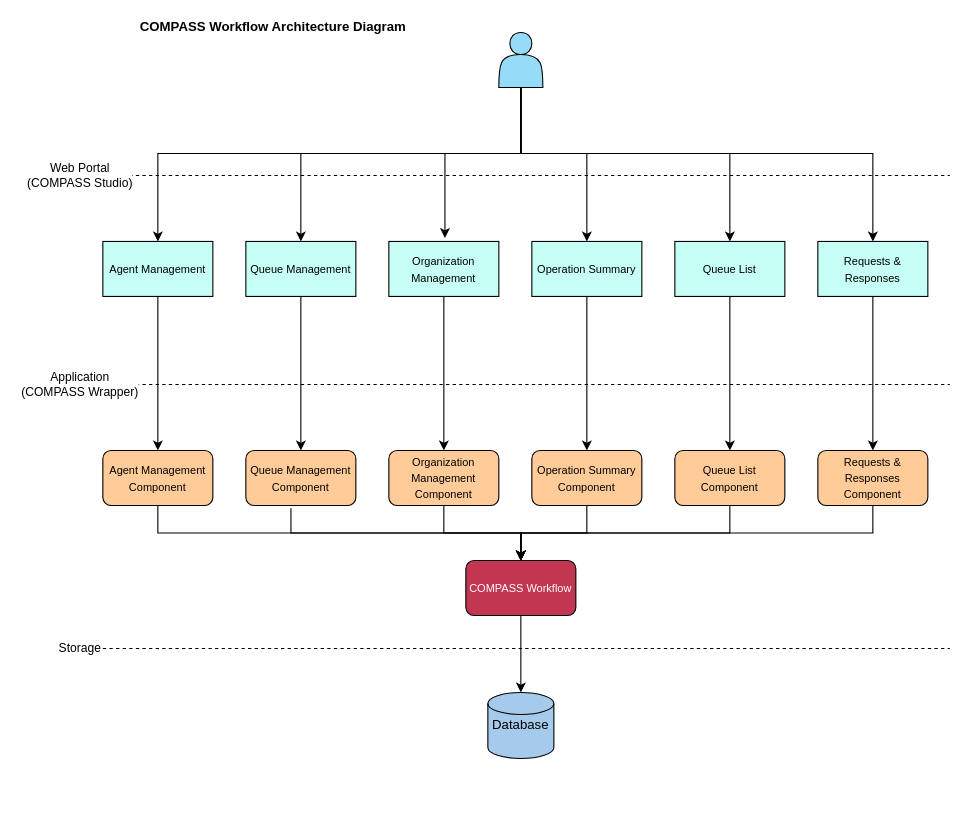
This is Untitled Diagram.drawio from Linsexit/Inter_te-Lin, a draw.io file, before an edit. Source tidied: cells renumbered, new cells numbered last; positions are measured from the earlier drawing's top-left corner, leaving out a move shared by most shapes. Both pictures are drawn from the tidied source at 110%, with x=0, y=0 at pixel (69, 21).
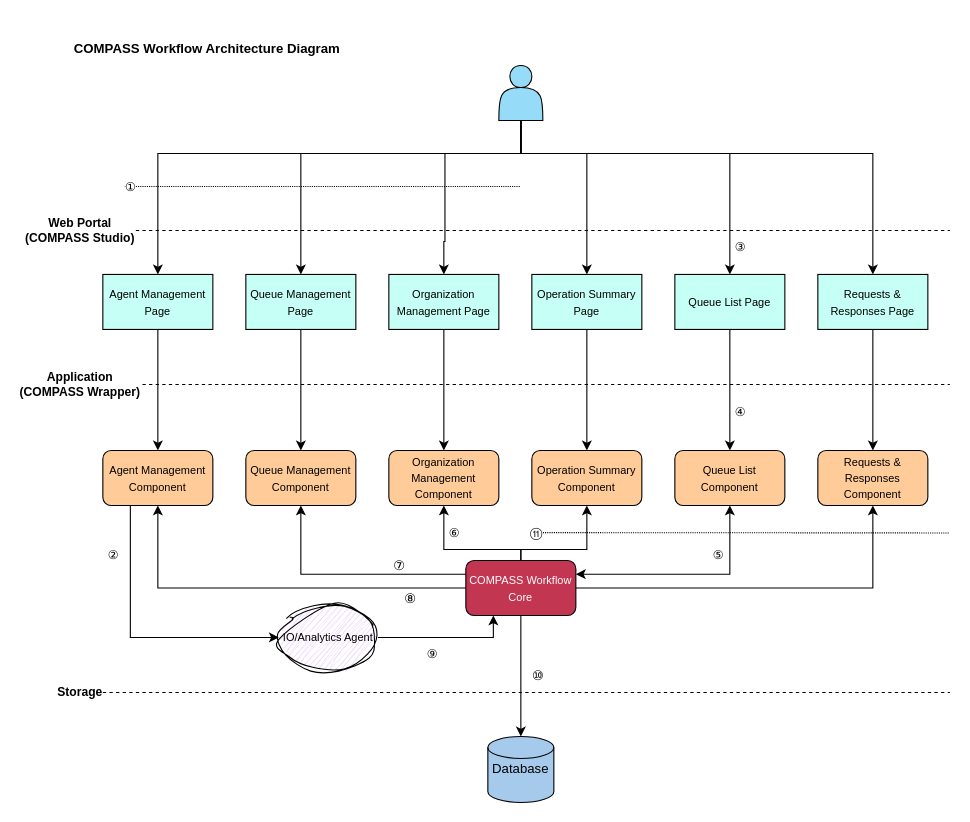
Above is the later version.

Commit message (it also covers changes not shown here):
COMPASS Workflow

Unchanged cells that the change refers to:
```xml
<mxCell id="10" style="endArrow=none;dashed=1;html=1;rounded=0;" parent="1" edge="1">
  <mxGeometry relative="1" as="geometry">
    <mxPoint y="330" as="sourcePoint" />
    <mxPoint x="800" y="330" as="targetPoint" />
  </mxGeometry>
</mxCell>
<mxCell id="25" value="&lt;font style=&quot;font-size: 10px;&quot;&gt;Agent Management Component&lt;/font&gt;" style="rounded=1;whiteSpace=wrap;html=1;fillColor=#FFCC99;" parent="1" vertex="1">
  <mxGeometry x="30" y="390" width="100" height="50" as="geometry" />
</mxCell>
<mxCell id="26" value="&lt;font style=&quot;font-size: 10px;&quot;&gt;Queue Management&lt;br&gt;Component&lt;/font&gt;" style="rounded=1;whiteSpace=wrap;html=1;fillColor=#FFCC99;" parent="1" vertex="1">
  <mxGeometry x="160" y="390" width="100" height="50" as="geometry" />
</mxCell>
<mxCell id="28" value="&lt;font style=&quot;font-size: 10px;&quot;&gt;Organization Management&lt;br&gt;Component&lt;/font&gt;" style="rounded=1;whiteSpace=wrap;html=1;fillColor=#FFCC99;" parent="1" vertex="1">
  <mxGeometry x="290" y="390" width="100" height="50" as="geometry" />
</mxCell>
<mxCell id="30" value="&lt;span style=&quot;font-size: 10px;&quot;&gt;Operation Summary&lt;br&gt;&lt;/span&gt;&lt;span style=&quot;font-size: 10px;&quot;&gt;Component&lt;/span&gt;&lt;span style=&quot;font-size: 10px;&quot;&gt;&lt;/span&gt;" style="rounded=1;whiteSpace=wrap;html=1;fillColor=#FFCC99;" parent="1" vertex="1">
  <mxGeometry x="420" y="390" width="100" height="50" as="geometry" />
</mxCell>
<mxCell id="31" value="&lt;span style=&quot;font-size: 10px;&quot;&gt;Queue List&lt;br&gt;&lt;/span&gt;&lt;span style=&quot;font-size: 10px;&quot;&gt;Component&lt;/span&gt;&lt;span style=&quot;font-size: 10px;&quot;&gt;&lt;/span&gt;" style="rounded=1;whiteSpace=wrap;html=1;fillColor=#FFCC99;" parent="1" vertex="1">
  <mxGeometry x="550" y="390" width="100" height="50" as="geometry" />
</mxCell>
<mxCell id="32" value="&lt;span style=&quot;font-size: 10px;&quot;&gt;Requests &amp;amp; Responses&lt;br&gt;&lt;/span&gt;&lt;span style=&quot;font-size: 10px;&quot;&gt;Component&lt;/span&gt;&lt;span style=&quot;font-size: 10px;&quot;&gt;&lt;/span&gt;" style="rounded=1;whiteSpace=wrap;html=1;fillColor=#FFCC99;" parent="1" vertex="1">
  <mxGeometry x="680" y="390" width="100" height="50" as="geometry" />
</mxCell>
```

Diff of the diagram source:
```diff
@@
     <mxCell id="7" style="shape=actor;whiteSpace=wrap;html=1;fillColor=#96DCF8;" parent="1" vertex="1">
-      <mxGeometry x="390" y="10" width="40" height="50" as="geometry" />
+      <mxGeometry x="390" y="40" width="40" height="50" as="geometry" />
     </mxCell>
     <mxCell id="8" style="endArrow=none;dashed=1;html=1;rounded=0;" parent="1" edge="1">
       <mxGeometry relative="1" as="geometry">
-        <mxPoint y="140" as="sourcePoint" />
-        <mxPoint x="800" y="140" as="targetPoint" />
+        <mxPoint y="190" as="sourcePoint" />
+        <mxPoint x="800" y="190" as="targetPoint" />
       </mxGeometry>
     </mxCell>
-    <mxCell id="9" value="Web Portal&lt;br&gt;(COMPASS Studio)" style="edgeLabel;html=1;align=center;verticalAlign=middle;" parent="8" vertex="1">
+    <mxCell id="9" value="&lt;b&gt;Web Portal&lt;br&gt;(COMPASS Studio)&lt;/b&gt;" style="edgeLabel;html=1;align=center;verticalAlign=middle;" parent="8" vertex="1">
       <mxGeometry x="-0.98" y="1" relative="1" as="geometry" />
     </mxCell>
@@
-    <mxCell id="11" value="Application&lt;br&gt;(COMPASS Wrapper)" style="edgeLabel;html=1;align=center;verticalAlign=middle;" parent="10" vertex="1">
+    <mxCell id="11" value="&lt;b&gt;Application&lt;br&gt;(COMPASS Wrapper)&lt;/b&gt;" style="edgeLabel;html=1;align=center;verticalAlign=middle;" parent="10" vertex="1">
       <mxGeometry x="-0.98" y="1" relative="1" as="geometry" />
     </mxCell>
     <mxCell id="12" style="endArrow=none;dashed=1;html=1;rounded=0;" parent="1" edge="1">
       <mxGeometry relative="1" as="geometry">
-        <mxPoint y="570" as="sourcePoint" />
-        <mxPoint x="800" y="570" as="targetPoint" />
+        <mxPoint y="610" as="sourcePoint" />
+        <mxPoint x="800" y="610" as="targetPoint" />
       </mxGeometry>
     </mxCell>
-    <mxCell id="13" value="Storage" style="edgeLabel;html=1;align=center;verticalAlign=middle;" parent="12" vertex="1">
+    <mxCell id="13" value="&lt;b&gt;Storage&lt;/b&gt;" style="edgeLabel;html=1;align=center;verticalAlign=middle;" parent="12" vertex="1">
       <mxGeometry x="-0.98" y="1" relative="1" as="geometry" />
     </mxCell>
@@
-    <mxCell id="16" value="&lt;font style=&quot;font-size: 10px;&quot;&gt;Queue Management&lt;/font&gt;" style="rounded=0;whiteSpace=wrap;html=1;fillColor=#C5FFF5;" parent="1" vertex="1">
-      <mxGeometry x="160" y="200" width="100" height="50" as="geometry" />
+    <mxCell id="16" value="&lt;font style=&quot;font-size: 10px;&quot;&gt;Queue Management Page&lt;/font&gt;" style="rounded=0;whiteSpace=wrap;html=1;fillColor=#C5FFF5;" parent="1" vertex="1">
+      <mxGeometry x="160" y="230" width="100" height="50" as="geometry" />
     </mxCell>
@@
-    <mxCell id="18" value="&lt;font style=&quot;font-size: 10px;&quot;&gt;Organization Management&lt;/font&gt;" style="rounded=0;whiteSpace=wrap;html=1;fillColor=#C5FFF5;" parent="1" vertex="1">
-      <mxGeometry x="290" y="200" width="100" height="50" as="geometry" />
+    <mxCell id="18" value="&lt;font style=&quot;font-size: 10px;&quot;&gt;Organization Management Page&lt;/font&gt;" style="rounded=0;whiteSpace=wrap;html=1;fillColor=#C5FFF5;" parent="1" vertex="1">
+      <mxGeometry x="290" y="230" width="100" height="50" as="geometry" />
     </mxCell>
@@
-    <mxCell id="20" value="&lt;span style=&quot;font-size: 10px;&quot;&gt;Operation Summary&lt;/span&gt;" style="rounded=0;whiteSpace=wrap;html=1;fillColor=#C5FFF5;" parent="1" vertex="1">
-      <mxGeometry x="420" y="200" width="100" height="50" as="geometry" />
+    <mxCell id="20" value="&lt;span style=&quot;font-size: 10px;&quot;&gt;Operation Summary Page&lt;/span&gt;" style="rounded=0;whiteSpace=wrap;html=1;fillColor=#C5FFF5;" parent="1" vertex="1">
+      <mxGeometry x="420" y="230" width="100" height="50" as="geometry" />
     </mxCell>
@@
-    <mxCell id="22" value="&lt;span style=&quot;font-size: 10px;&quot;&gt;Queue List&lt;/span&gt;" style="rounded=0;whiteSpace=wrap;html=1;fillColor=#C5FFF5;" parent="1" vertex="1">
-      <mxGeometry x="550" y="200" width="100" height="50" as="geometry" />
+    <mxCell id="22" value="&lt;span style=&quot;font-size: 10px;&quot;&gt;Queue List Page&lt;/span&gt;" style="rounded=0;whiteSpace=wrap;html=1;fillColor=#C5FFF5;" parent="1" vertex="1">
+      <mxGeometry x="550" y="230" width="100" height="50" as="geometry" />
     </mxCell>
@@
-    <mxCell id="24" value="&lt;span style=&quot;font-size: 10px;&quot;&gt;Requests &amp;amp; Responses&lt;/span&gt;" style="rounded=0;whiteSpace=wrap;html=1;fillColor=#C5FFF5;" parent="1" vertex="1">
-      <mxGeometry x="680" y="200" width="100" height="50" as="geometry" />
+    <mxCell id="24" value="&lt;span style=&quot;font-size: 10px;&quot;&gt;Requests &amp;amp; Responses Page&lt;/span&gt;" style="rounded=0;whiteSpace=wrap;html=1;fillColor=#C5FFF5;" parent="1" vertex="1">
+      <mxGeometry x="680" y="230" width="100" height="50" as="geometry" />
     </mxCell>
+    <mxCell id="43" style="edgeStyle=orthogonalEdgeStyle;rounded=0;jettySize=auto;html=1;exitX=0.25;exitY=1;exitDx=0;exitDy=0;entryX=0;entryY=0.5;entryDx=0;entryDy=0;" parent="1" edge="1" source="25" target="48">
+      <mxGeometry relative="1" as="geometry" />
+    </mxCell>
@@
-    <mxCell id="27" style="edgeStyle=orthogonalEdgeStyle;rounded=0;jettySize=auto;html=1;startArrow=none;startFill=0;endArrow=classic;endFill=1;" parent="1" edge="1" source="28" target="38">
-      <mxGeometry relative="1" as="geometry" />
-    </mxCell>
@@
-    <mxCell id="29" style="edgeStyle=orthogonalEdgeStyle;rounded=0;jettySize=auto;html=1;endArrow=classic;endFill=1;startArrow=none;startFill=0;" parent="1" edge="1" source="30" target="38">
-      <mxGeometry relative="1" as="geometry" />
-    </mxCell>
@@
+    <mxCell id="44" style="edgeStyle=orthogonalEdgeStyle;rounded=0;jettySize=auto;html=1;exitX=0.5;exitY=1;exitDx=0;exitDy=0;entryX=1;entryY=0.25;entryDx=0;entryDy=0;startArrow=classic;startFill=1;" parent="1" edge="1" source="31" target="38">
+      <mxGeometry relative="1" as="geometry" />
+    </mxCell>
@@
     <mxCell id="33" value="Database" style="strokeWidth=1;html=1;shape=mxgraph.flowchart.database;whiteSpace=wrap;fillColor=#A6CAEC;" parent="1" vertex="1">
-      <mxGeometry x="380" y="610" width="60" height="60" as="geometry" />
+      <mxGeometry x="380" y="650" width="60" height="60" as="geometry" />
     </mxCell>
@@
-    <mxCell id="35" style="edgeStyle=orthogonalEdgeStyle;rounded=0;jettySize=auto;html=1;exitX=0.5;exitY=0;exitDx=0;exitDy=0;entryX=0.5;entryY=1;entryDx=0;entryDy=0;endArrow=none;endFill=0;startArrow=classic;startFill=1;" parent="1" edge="1" source="38" target="31">
-      <mxGeometry relative="1" as="geometry" />
-    </mxCell>
+    <mxCell id="45" style="edgeStyle=orthogonalEdgeStyle;rounded=0;jettySize=auto;html=1;exitX=0.5;exitY=0;exitDx=0;exitDy=0;entryX=0.5;entryY=1;entryDx=0;entryDy=0;" parent="1" edge="1" source="38" target="30">
+      <mxGeometry relative="1" as="geometry">
+        <Array as="points">
+          <mxPoint x="410" y="480" />
+          <mxPoint x="470" y="480" />
+        </Array>
+      </mxGeometry>
+    </mxCell>
+    <mxCell id="46" style="edgeStyle=orthogonalEdgeStyle;rounded=0;jettySize=auto;html=1;exitX=0.5;exitY=0;exitDx=0;exitDy=0;entryX=0.5;entryY=1;entryDx=0;entryDy=0;" parent="1" edge="1" source="38" target="28">
+      <mxGeometry relative="1" as="geometry">
+        <Array as="points">
+          <mxPoint x="410" y="480" />
+          <mxPoint x="340" y="480" />
+        </Array>
+      </mxGeometry>
+    </mxCell>
+    <mxCell id="39" style="edgeStyle=orthogonalEdgeStyle;rounded=0;jettySize=auto;html=1;exitX=0;exitY=0.25;exitDx=0;exitDy=0;entryX=0.5;entryY=1;entryDx=0;entryDy=0;" parent="1" edge="1" source="38" target="26">
+      <mxGeometry relative="1" as="geometry" />
+    </mxCell>
+    <mxCell id="37" style="edgeStyle=orthogonalEdgeStyle;rounded=0;jettySize=auto;html=1;exitX=0;exitY=0.5;exitDx=0;exitDy=0;entryX=0.5;entryY=1;entryDx=0;entryDy=0;" parent="1" edge="1" source="38" target="25">
+      <mxGeometry relative="1" as="geometry" />
+    </mxCell>
-    <mxCell id="36" style="edgeStyle=orthogonalEdgeStyle;rounded=0;jettySize=auto;html=1;entryX=0.5;entryY=1;entryDx=0;entryDy=0;exitX=0.5;exitY=0;exitDx=0;exitDy=0;startArrow=classic;startFill=1;endArrow=none;endFill=0;" parent="1" edge="1" source="38" target="32">
+    <mxCell id="36" style="edgeStyle=orthogonalEdgeStyle;rounded=0;jettySize=auto;html=1;exitX=1;exitY=0.5;exitDx=0;exitDy=0;entryX=0.5;entryY=1;entryDx=0;entryDy=0;" parent="1" edge="1" source="38" target="32">
       <mxGeometry relative="1" as="geometry" />
     </mxCell>
-    <mxCell id="37" style="edgeStyle=orthogonalEdgeStyle;rounded=0;jettySize=auto;html=1;entryX=0.5;entryY=1;entryDx=0;entryDy=0;exitX=0.5;exitY=0;exitDx=0;exitDy=0;startArrow=classic;startFill=1;endArrow=none;endFill=0;" parent="1" edge="1" source="38" target="25">
-      <mxGeometry relative="1" as="geometry" />
-    </mxCell>
-    <mxCell id="38" value="&lt;span style=&quot;font-size: 10px;&quot;&gt;COMPASS Workflow&lt;/span&gt;" style="rounded=1;whiteSpace=wrap;html=1;fillColor=#C33651;fontColor=#FFFFFF;" parent="1" vertex="1">
+    <mxCell id="38" value="&lt;span style=&quot;font-size: 10px;&quot;&gt;COMPASS Workflow Core&lt;/span&gt;" style="rounded=1;whiteSpace=wrap;html=1;fillColor=#C33651;fontColor=#FFFFFF;" parent="1" vertex="1">
       <mxGeometry x="360" y="490" width="100" height="50" as="geometry" />
     </mxCell>
-    <mxCell id="39" style="edgeStyle=orthogonalEdgeStyle;rounded=0;jettySize=auto;html=1;exitX=0.5;exitY=0;exitDx=0;exitDy=0;entryX=0.41;entryY=1.051;entryDx=0;entryDy=0;entryPerimeter=0;startArrow=classic;startFill=1;endArrow=none;endFill=0;" parent="1" edge="1" source="38" target="26">
-      <mxGeometry relative="1" as="geometry" />
-    </mxCell>
-    <mxCell id="40" style="edgeStyle=orthogonalEdgeStyle;rounded=0;jettySize=auto;html=1;exitX=0.5;exitY=1;exitDx=0;exitDy=0;entryX=0.51;entryY=-0.063;entryDx=0;entryDy=0;entryPerimeter=0;" parent="1" edge="1" source="7" target="18">
+    <mxCell id="40" style="edgeStyle=orthogonalEdgeStyle;rounded=0;jettySize=auto;html=1;exitX=0.5;exitY=1;exitDx=0;exitDy=0;entryX=0.5;entryY=0;entryDx=0;entryDy=0;" parent="1" edge="1" source="7" target="18">
       <mxGeometry relative="1" as="geometry">
         <Array as="points">
           <mxPoint x="410" y="120" />
           <mxPoint x="341" y="120" />
+          <mxPoint x="341" y="200" />
         </Array>
       </mxGeometry>
     </mxCell>
-    <mxCell id="41" value="&lt;font style=&quot;font-size: 10px;&quot;&gt;Agent Management&lt;/font&gt;" style="rounded=0;whiteSpace=wrap;html=1;fillColor=#C5FFF5;" parent="1" vertex="1">
-      <mxGeometry x="30" y="200" width="100" height="50" as="geometry" />
+    <mxCell id="41" value="&lt;font style=&quot;font-size: 10px;&quot;&gt;Agent Management Page&lt;/font&gt;" style="rounded=0;whiteSpace=wrap;html=1;fillColor=#C5FFF5;" parent="1" vertex="1">
+      <mxGeometry x="30" y="230" width="100" height="50" as="geometry" />
     </mxCell>
     <mxCell id="42" value="&lt;b&gt;COMPASS Workflow Architecture Diagram&lt;/b&gt;" style="text;html=1;whiteSpace=wrap;strokeColor=none;fillColor=none;align=center;verticalAlign=middle;rounded=0;" parent="1" vertex="1">
-      <mxGeometry x="50" width="270" height="10" as="geometry" />
+      <mxGeometry x="-10" y="20" width="270" height="10" as="geometry" />
     </mxCell>
+    <mxCell id="47" style="edgeStyle=orthogonalEdgeStyle;rounded=0;jettySize=auto;html=1;exitX=1;exitY=0.5;exitDx=0;exitDy=0;entryX=0.25;entryY=1;entryDx=0;entryDy=0;" parent="1" edge="1" source="48" target="38">
+      <mxGeometry relative="1" as="geometry" />
+    </mxCell>
+    <mxCell id="48" value="&lt;span style=&quot;font-size: 10px;&quot;&gt;IO/Analytics Agent&lt;/span&gt;" style="ellipse;whiteSpace=wrap;html=1;sketch=1;curveFitting=1;jiggle=2;fillColor=#E5CCFF;" parent="1" vertex="1">
+      <mxGeometry x="190" y="530" width="90" height="60" as="geometry" />
+    </mxCell>
+    <mxCell id="49" style="endArrow=none;dashed=1;html=1;rounded=0;dashPattern=1 1;" parent="1" edge="1">
+      <mxGeometry relative="1" as="geometry">
+        <mxPoint x="50" y="150" as="sourcePoint" />
+        <mxPoint x="410" y="150" as="targetPoint" />
+      </mxGeometry>
+    </mxCell>
+    <mxCell id="50" value="&lt;font style=&quot;font-size: 11px;&quot;&gt;①&lt;/font&gt;" style="edgeLabel;html=1;align=center;verticalAlign=middle;" parent="49" vertex="1">
+      <mxGeometry x="-0.98" relative="1" as="geometry" />
+    </mxCell>
+    <mxCell id="51" value="&lt;font style=&quot;font-size: 11px;&quot;&gt;②&lt;/font&gt;" style="text;html=1;whiteSpace=wrap;strokeColor=none;fillColor=none;align=center;verticalAlign=middle;rounded=0;" parent="1" vertex="1">
+      <mxGeometry x="10" y="470" width="60" height="30" as="geometry" />
+    </mxCell>
+    <mxCell id="52" value="&lt;font style=&quot;font-size: 11px;&quot;&gt;③&lt;/font&gt;" style="text;html=1;whiteSpace=wrap;strokeColor=none;fillColor=none;align=center;verticalAlign=middle;rounded=0;" parent="1" vertex="1">
+      <mxGeometry x="580" y="190" width="60" height="30" as="geometry" />
+    </mxCell>
+    <mxCell id="53" value="&lt;font style=&quot;font-size: 11px;&quot;&gt;④&lt;/font&gt;" style="text;html=1;whiteSpace=wrap;strokeColor=none;fillColor=none;align=center;verticalAlign=middle;rounded=0;" parent="1" vertex="1">
+      <mxGeometry x="580" y="340" width="60" height="30" as="geometry" />
+    </mxCell>
+    <mxCell id="54" value="&lt;font style=&quot;font-size: 11px;&quot;&gt;⑤&lt;/font&gt;" style="text;html=1;whiteSpace=wrap;strokeColor=none;fillColor=none;align=center;verticalAlign=middle;rounded=0;" parent="1" vertex="1">
+      <mxGeometry x="560" y="470" width="60" height="30" as="geometry" />
+    </mxCell>
+    <mxCell id="55" value="&lt;span style=&quot;font-size: 11px;&quot;&gt;⑨&lt;/span&gt;" style="text;html=1;whiteSpace=wrap;strokeColor=none;fillColor=none;align=center;verticalAlign=middle;rounded=0;" parent="1" vertex="1">
+      <mxGeometry x="300" y="560" width="60" height="30" as="geometry" />
+    </mxCell>
+    <mxCell id="56" value="⑩" style="text;html=1;whiteSpace=wrap;strokeColor=none;fillColor=none;align=center;verticalAlign=middle;rounded=0;" parent="1" vertex="1">
+      <mxGeometry x="396" y="580" width="60" height="30" as="geometry" />
+    </mxCell>
+    <mxCell id="57" value="&lt;font style=&quot;font-size: 11px;&quot;&gt;⑥&lt;/font&gt;" style="text;html=1;whiteSpace=wrap;strokeColor=none;fillColor=none;align=center;verticalAlign=middle;rounded=0;" parent="1" vertex="1">
+      <mxGeometry x="320" y="450" width="60" height="30" as="geometry" />
+    </mxCell>
+    <mxCell id="58" value="⑦" style="text;html=1;whiteSpace=wrap;strokeColor=none;fillColor=none;align=center;verticalAlign=middle;rounded=0;" parent="1" vertex="1">
+      <mxGeometry x="270" y="480" width="60" height="30" as="geometry" />
+    </mxCell>
+    <mxCell id="59" value="⑧" style="text;html=1;whiteSpace=wrap;strokeColor=none;fillColor=none;align=center;verticalAlign=middle;rounded=0;" parent="1" vertex="1">
+      <mxGeometry x="280" y="510" width="60" height="30" as="geometry" />
+    </mxCell>
+    <mxCell id="60" style="endArrow=none;dashed=1;html=1;rounded=0;dashPattern=1 1;" parent="1" edge="1">
+      <mxGeometry relative="1" as="geometry">
+        <mxPoint x="420" y="464.7" as="sourcePoint" />
+        <mxPoint x="800" y="465" as="targetPoint" />
+      </mxGeometry>
+    </mxCell>
+    <mxCell id="61" value="&lt;span style=&quot;white-space: pre-wrap;&quot;&gt;⑪&lt;/span&gt;" style="edgeLabel;html=1;align=center;verticalAlign=middle;" parent="60" vertex="1">
+      <mxGeometry x="-0.98" relative="1" as="geometry" />
+    </mxCell>
```
